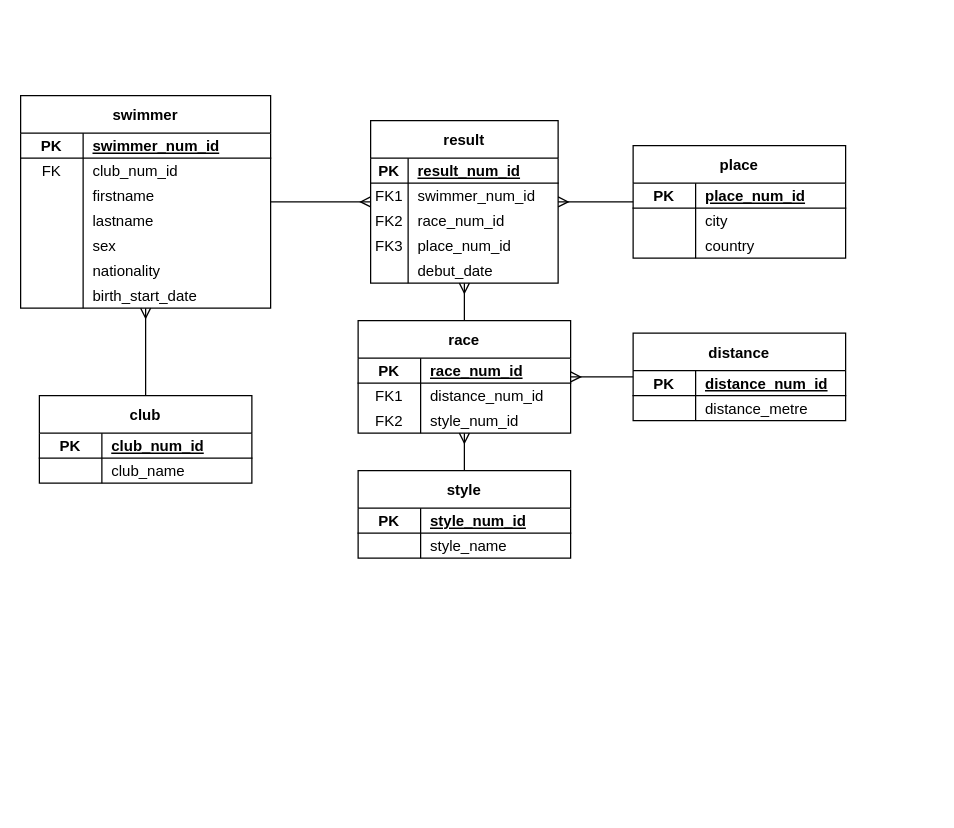
Above: page "Swimstats" (3 of 3) of swimstats.drawio in Swithan/Swimstats (draw.io), before the change. Source tidied: cells renumbered, new cells numbered last; positions are measured from the earlier drawing's top-left corner, leaving out a move shared by most shapes. Both pictures are drawn from the tidied source at 125%, with x=0, y=0 at pixel (20, 95).
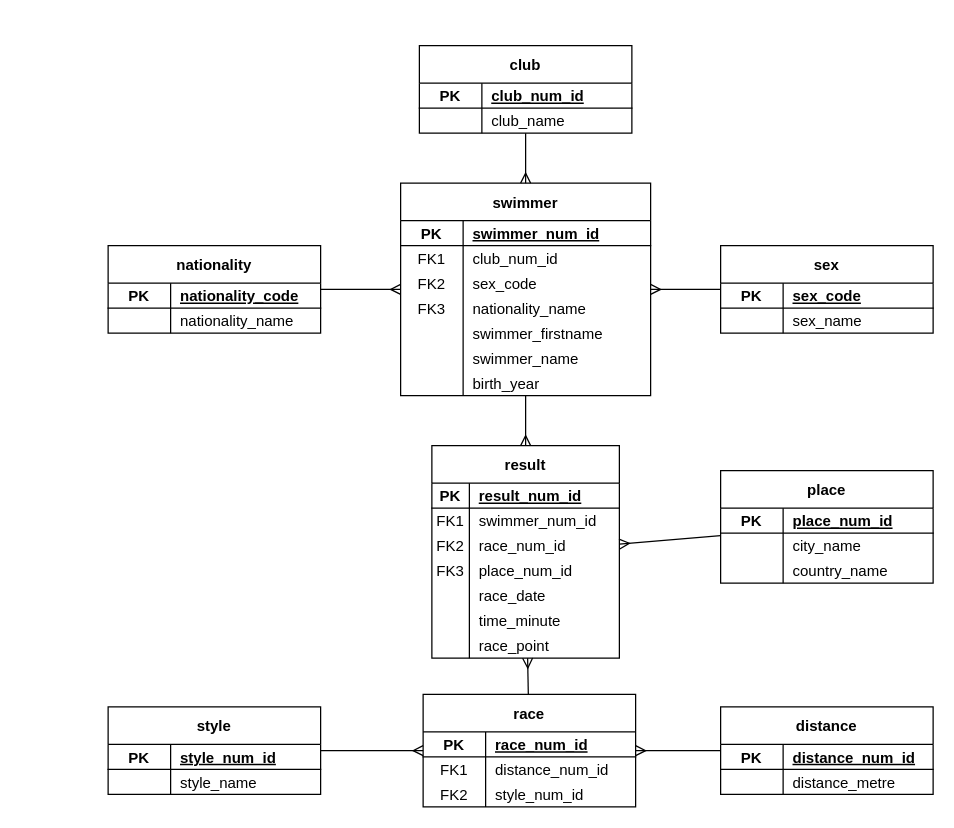
The same page after the edit.

Commit message:
#2 Data modelisation : Update DB diagram

Unchanged cells that the change refers to:
```xml
<mxCell id="16" style="shape=tableRow;horizontal=0;startSize=0;swimlaneHead=0;swimlaneBody=0;fillColor=none;top=0;left=0;right=0;bottom=0;" parent="12" vertex="1">
  <mxGeometry y="50" width="200" height="20" as="geometry" />
</mxCell>
<mxCell id="19" style="shape=tableRow;horizontal=0;startSize=0;swimlaneHead=0;swimlaneBody=0;fillColor=none;top=0;left=0;right=0;bottom=0;" parent="12" vertex="1">
  <mxGeometry y="70" width="200" height="20" as="geometry" />
</mxCell>
<mxCell id="22" style="shape=tableRow;horizontal=0;startSize=0;swimlaneHead=0;swimlaneBody=0;fillColor=none;top=0;left=0;right=0;bottom=0;" parent="12" vertex="1">
  <mxGeometry y="90" width="200" height="20" as="geometry" />
</mxCell>
<mxCell id="25" style="shape=tableRow;horizontal=0;startSize=0;swimlaneHead=0;swimlaneBody=0;fillColor=none;top=0;left=0;right=0;bottom=0;" parent="12" vertex="1">
  <mxGeometry y="110" width="200" height="20" as="geometry" />
</mxCell>
<mxCell id="28" style="shape=tableRow;horizontal=0;startSize=0;swimlaneHead=0;swimlaneBody=0;fillColor=none;top=0;left=0;right=0;bottom=0;" parent="12" vertex="1">
  <mxGeometry y="130" width="200" height="20" as="geometry" />
</mxCell>
<mxCell id="31" style="shape=tableRow;horizontal=0;startSize=0;swimlaneHead=0;swimlaneBody=0;fillColor=none;points=[[0,0.5],[1,0.5]];portConstraint=eastwest;top=0;left=0;right=0;bottom=0;" parent="12" vertex="1">
  <mxGeometry y="150" width="200" height="20" as="geometry" />
</mxCell>
<mxCell id="58" style="shape=partialRectangle;fillColor=none;top=0;left=0;right=0;bottom=0;" parent="45" vertex="1">
  <mxGeometry y="110" width="150" height="20" as="geometry" />
</mxCell>
<mxCell id="65" style="shape=tableRow;horizontal=0;startSize=0;swimlaneHead=0;swimlaneBody=0;fillColor=none;top=0;left=0;right=0;bottom=0;" parent="61" vertex="1">
  <mxGeometry y="50" width="170" height="20" as="geometry" />
</mxCell>
<mxCell id="68" style="shape=tableRow;horizontal=0;startSize=0;swimlaneHead=0;swimlaneBody=0;fillColor=none;top=0;left=0;right=0;bottom=0;" parent="61" vertex="1">
  <mxGeometry y="70" width="170" height="20" as="geometry" />
</mxCell>
```

What changed in the source:
```diff
@@
     <mxCell id="2" value="race" style="shape=table;startSize=30;childLayout=tableLayout;rowLines=0;fontStyle=1;align=center;" parent="1" vertex="1">
-      <mxGeometry x="270" y="180" width="170" height="90" as="geometry" />
+      <mxGeometry x="322" y="479" width="170" height="90" as="geometry" />
     </mxCell>
@@
     <mxCell id="12" value="swimmer" style="shape=table;startSize=30;childLayout=tableLayout;rowLines=0;fontStyle=1;align=center;" parent="1" vertex="1">
-      <mxGeometry width="200" height="170" as="geometry" />
+      <mxGeometry x="304" y="70" width="200" height="170" as="geometry" />
     </mxCell>
@@
-    <mxCell id="17" value="FK" style="shape=partialRectangle;fillColor=none;top=0;left=0;bottom=0;right=0;overflow=hidden;" parent="16" vertex="1">
+    <mxCell id="17" value="FK1" style="shape=partialRectangle;fillColor=none;top=0;left=0;bottom=0;right=0;overflow=hidden;" parent="16" vertex="1">
       <mxGeometry width="50" height="20" as="geometry" />
     </mxCell>
@@
-    <mxCell id="20" style="shape=partialRectangle;fillColor=none;top=0;left=0;bottom=0;right=0;overflow=hidden;" parent="19" vertex="1">
+    <mxCell id="20" value="FK2" style="shape=partialRectangle;fillColor=none;top=0;left=0;bottom=0;right=0;overflow=hidden;" parent="19" vertex="1">
       <mxGeometry width="50" height="20" as="geometry" />
     </mxCell>
-    <mxCell id="21" value="firstname" style="shape=partialRectangle;fillColor=none;top=0;left=0;bottom=0;right=0;align=left;spacingLeft=6;overflow=hidden;" parent="19" vertex="1">
+    <mxCell id="21" value="sex_code" style="shape=partialRectangle;fillColor=none;top=0;left=0;bottom=0;right=0;align=left;spacingLeft=6;overflow=hidden;" parent="19" vertex="1">
       <mxGeometry x="50" width="150" height="20" as="geometry" />
     </mxCell>
@@
-    <mxCell id="23" style="shape=partialRectangle;fillColor=none;top=0;left=0;bottom=0;right=0;overflow=hidden;" parent="22" vertex="1">
+    <mxCell id="23" value="FK3" style="shape=partialRectangle;fillColor=none;top=0;left=0;bottom=0;right=0;overflow=hidden;" parent="22" vertex="1">
       <mxGeometry width="50" height="20" as="geometry" />
     </mxCell>
-    <mxCell id="24" value="lastname" style="shape=partialRectangle;fillColor=none;top=0;left=0;bottom=0;right=0;align=left;spacingLeft=6;overflow=hidden;" parent="22" vertex="1">
+    <mxCell id="24" value="nationality_name" style="shape=partialRectangle;fillColor=none;top=0;left=0;bottom=0;right=0;align=left;spacingLeft=6;overflow=hidden;" parent="22" vertex="1">
       <mxGeometry x="50" width="150" height="20" as="geometry" />
     </mxCell>
@@
-    <mxCell id="27" value="sex" style="shape=partialRectangle;fillColor=none;top=0;left=0;bottom=0;right=0;align=left;spacingLeft=6;overflow=hidden;" parent="25" vertex="1">
+    <mxCell id="27" value="swimmer_firstname" style="shape=partialRectangle;fillColor=none;top=0;left=0;bottom=0;right=0;align=left;spacingLeft=6;overflow=hidden;" parent="25" vertex="1">
       <mxGeometry x="50" width="150" height="20" as="geometry" />
     </mxCell>
@@
-    <mxCell id="30" value="nationality" style="shape=partialRectangle;fillColor=none;top=0;left=0;bottom=0;right=0;align=left;spacingLeft=6;overflow=hidden;" parent="28" vertex="1">
+    <mxCell id="30" value="swimmer_name" style="shape=partialRectangle;fillColor=none;top=0;left=0;bottom=0;right=0;align=left;spacingLeft=6;overflow=hidden;" parent="28" vertex="1">
       <mxGeometry x="50" width="150" height="20" as="geometry" />
     </mxCell>
@@
-    <mxCell id="33" value="birth_start_date" style="shape=partialRectangle;fillColor=none;top=0;left=0;bottom=0;right=0;align=left;spacingLeft=6;overflow=hidden;" parent="31" vertex="1">
+    <mxCell id="33" value="birth_year" style="shape=partialRectangle;fillColor=none;top=0;left=0;bottom=0;right=0;align=left;spacingLeft=6;overflow=hidden;" parent="31" vertex="1">
       <mxGeometry x="50" width="150" height="20" as="geometry" />
     </mxCell>
     <mxCell id="34" value="club" style="shape=table;startSize=30;childLayout=tableLayout;rowLines=0;fontStyle=1;align=center;" parent="1" vertex="1">
-      <mxGeometry x="15" y="240" width="170" height="70" as="geometry" />
+      <mxGeometry x="319" y="-40" width="170" height="70" as="geometry" />
     </mxCell>
@@
     <mxCell id="45" value="result" style="shape=table;startSize=30;childLayout=tableLayout;rowLines=0;fontStyle=1;align=center;" parent="1" vertex="1">
-      <mxGeometry x="280" y="20" width="150" height="130" as="geometry" />
+      <mxGeometry x="329" y="280" width="150" height="170" as="geometry" />
     </mxCell>
@@
-    <mxCell id="60" value="debut_date" style="shape=partialRectangle;overflow=hidden;fillColor=none;top=0;left=0;bottom=0;right=0;align=left;spacingLeft=6;" parent="58" vertex="1">
+    <mxCell id="60" value="race_date" style="shape=partialRectangle;overflow=hidden;fillColor=none;top=0;left=0;bottom=0;right=0;align=left;spacingLeft=6;" parent="58" vertex="1">
       <mxGeometry x="30" width="120" height="20" as="geometry" />
     </mxCell>
+    <mxCell id="88" style="shape=partialRectangle;fillColor=none;top=0;left=0;right=0;bottom=0;" parent="45" vertex="1">
+      <mxGeometry y="130" width="150" height="20" as="geometry" />
+    </mxCell>
+    <mxCell id="89" style="shape=partialRectangle;overflow=hidden;fillColor=none;top=0;left=0;bottom=0;right=0;" parent="88" vertex="1">
+      <mxGeometry width="30" height="20" as="geometry" />
+    </mxCell>
+    <mxCell id="90" value="time_minute" style="shape=partialRectangle;overflow=hidden;fillColor=none;top=0;left=0;bottom=0;right=0;align=left;spacingLeft=6;" parent="88" vertex="1">
+      <mxGeometry x="30" width="120" height="20" as="geometry" />
+    </mxCell>
+    <mxCell id="91" style="shape=partialRectangle;fillColor=none;top=0;left=0;right=0;bottom=0;" parent="45" vertex="1">
+      <mxGeometry y="150" width="150" height="20" as="geometry" />
+    </mxCell>
+    <mxCell id="92" style="shape=partialRectangle;overflow=hidden;fillColor=none;top=0;left=0;bottom=0;right=0;" parent="91" vertex="1">
+      <mxGeometry width="30" height="20" as="geometry" />
+    </mxCell>
+    <mxCell id="93" value="race_point" style="shape=partialRectangle;overflow=hidden;fillColor=none;top=0;left=0;bottom=0;right=0;align=left;spacingLeft=6;" parent="91" vertex="1">
+      <mxGeometry x="30" width="120" height="20" as="geometry" />
+    </mxCell>
     <mxCell id="61" value="place" style="shape=table;startSize=30;childLayout=tableLayout;rowLines=0;fontStyle=1;align=center;" parent="1" vertex="1">
-      <mxGeometry x="490" y="40" width="170" height="90" as="geometry" />
+      <mxGeometry x="560" y="300" width="170" height="90" as="geometry" />
     </mxCell>
@@
-    <mxCell id="67" value="city" style="shape=partialRectangle;fillColor=none;top=0;left=0;bottom=0;right=0;align=left;spacingLeft=6;overflow=hidden;" parent="65" vertex="1">
+    <mxCell id="67" value="city_name" style="shape=partialRectangle;fillColor=none;top=0;left=0;bottom=0;right=0;align=left;spacingLeft=6;overflow=hidden;" parent="65" vertex="1">
       <mxGeometry x="50" width="120" height="20" as="geometry" />
     </mxCell>
@@
-    <mxCell id="70" value="country" style="shape=partialRectangle;fillColor=none;top=0;left=0;bottom=0;right=0;align=left;spacingLeft=6;overflow=hidden;" parent="68" vertex="1">
+    <mxCell id="70" value="country_name" style="shape=partialRectangle;fillColor=none;top=0;left=0;bottom=0;right=0;align=left;spacingLeft=6;overflow=hidden;" parent="68" vertex="1">
       <mxGeometry x="50" width="120" height="20" as="geometry" />
     </mxCell>
@@
     <mxCell id="72" value="distance" style="shape=table;startSize=30;childLayout=tableLayout;rowLines=0;fontStyle=1;align=center;" parent="1" vertex="1">
-      <mxGeometry x="490" y="190" width="170" height="70" as="geometry" />
+      <mxGeometry x="560" y="489" width="170" height="70" as="geometry" />
     </mxCell>
@@
     <mxCell id="79" value="style" style="shape=table;startSize=30;childLayout=tableLayout;rowLines=0;fontStyle=1;align=center;" parent="1" vertex="1">
-      <mxGeometry x="270" y="300" width="170" height="70" as="geometry" />
+      <mxGeometry x="70" y="489" width="170" height="70" as="geometry" />
     </mxCell>
@@
+    <mxCell id="94" value="sex" style="shape=table;startSize=30;childLayout=tableLayout;rowLines=0;fontStyle=1;align=center;" parent="1" vertex="1">
+      <mxGeometry x="560" y="120" width="170" height="70" as="geometry" />
+    </mxCell>
+    <mxCell id="95" style="shape=tableRow;horizontal=0;startSize=0;swimlaneHead=0;swimlaneBody=0;fillColor=none;top=0;left=0;right=0;bottom=1;" parent="94" vertex="1">
+      <mxGeometry y="30" width="170" height="20" as="geometry" />
+    </mxCell>
+    <mxCell id="96" value="PK" style="shape=partialRectangle;fillColor=none;top=0;left=0;bottom=0;right=0;fontStyle=1;overflow=hidden;" parent="95" vertex="1">
+      <mxGeometry width="50" height="20" as="geometry" />
+    </mxCell>
+    <mxCell id="97" value="sex_code" style="shape=partialRectangle;fillColor=none;top=0;left=0;bottom=0;right=0;align=left;spacingLeft=6;fontStyle=5;overflow=hidden;" parent="95" vertex="1">
+      <mxGeometry x="50" width="120" height="20" as="geometry" />
+    </mxCell>
+    <mxCell id="98" style="shape=tableRow;horizontal=0;startSize=0;swimlaneHead=0;swimlaneBody=0;fillColor=none;top=0;left=0;right=0;bottom=0;" parent="94" vertex="1">
+      <mxGeometry y="50" width="170" height="20" as="geometry" />
+    </mxCell>
+    <mxCell id="99" style="shape=partialRectangle;fillColor=none;top=0;left=0;bottom=0;right=0;overflow=hidden;" parent="98" vertex="1">
+      <mxGeometry width="50" height="20" as="geometry" />
+    </mxCell>
+    <mxCell id="100" value="sex_name" style="shape=partialRectangle;fillColor=none;top=0;left=0;bottom=0;right=0;align=left;spacingLeft=6;overflow=hidden;" parent="98" vertex="1">
+      <mxGeometry x="50" width="120" height="20" as="geometry" />
+    </mxCell>
+    <mxCell id="101" style="endArrow=ERmany;html=1;rounded=0;endFill=0;" parent="1" edge="1" source="94" target="12">
+      <mxGeometry relative="1" as="geometry" />
+    </mxCell>
+    <mxCell id="102" value="nationality" style="shape=table;startSize=30;childLayout=tableLayout;rowLines=0;fontStyle=1;align=center;" parent="1" vertex="1">
+      <mxGeometry x="70" y="120" width="170" height="70" as="geometry" />
+    </mxCell>
+    <mxCell id="103" style="shape=tableRow;horizontal=0;startSize=0;swimlaneHead=0;swimlaneBody=0;fillColor=none;top=0;left=0;right=0;bottom=1;" parent="102" vertex="1">
+      <mxGeometry y="30" width="170" height="20" as="geometry" />
+    </mxCell>
+    <mxCell id="104" value="PK" style="shape=partialRectangle;fillColor=none;top=0;left=0;bottom=0;right=0;fontStyle=1;overflow=hidden;" parent="103" vertex="1">
+      <mxGeometry width="50" height="20" as="geometry" />
+    </mxCell>
+    <mxCell id="105" value="nationality_code" style="shape=partialRectangle;fillColor=none;top=0;left=0;bottom=0;right=0;align=left;spacingLeft=6;fontStyle=5;overflow=hidden;" parent="103" vertex="1">
+      <mxGeometry x="50" width="120" height="20" as="geometry" />
+    </mxCell>
+    <mxCell id="106" style="shape=tableRow;horizontal=0;startSize=0;swimlaneHead=0;swimlaneBody=0;fillColor=none;top=0;left=0;right=0;bottom=0;" parent="102" vertex="1">
+      <mxGeometry y="50" width="170" height="20" as="geometry" />
+    </mxCell>
+    <mxCell id="107" style="shape=partialRectangle;fillColor=none;top=0;left=0;bottom=0;right=0;overflow=hidden;" parent="106" vertex="1">
+      <mxGeometry width="50" height="20" as="geometry" />
+    </mxCell>
+    <mxCell id="108" value="nationality_name" style="shape=partialRectangle;fillColor=none;top=0;left=0;bottom=0;right=0;align=left;spacingLeft=6;overflow=hidden;" parent="106" vertex="1">
+      <mxGeometry x="50" width="120" height="20" as="geometry" />
+    </mxCell>
+    <mxCell id="109" style="endArrow=ERmany;html=1;rounded=0;endFill=0;" parent="1" edge="1" source="102" target="12">
+      <mxGeometry relative="1" as="geometry" />
+    </mxCell>
```
